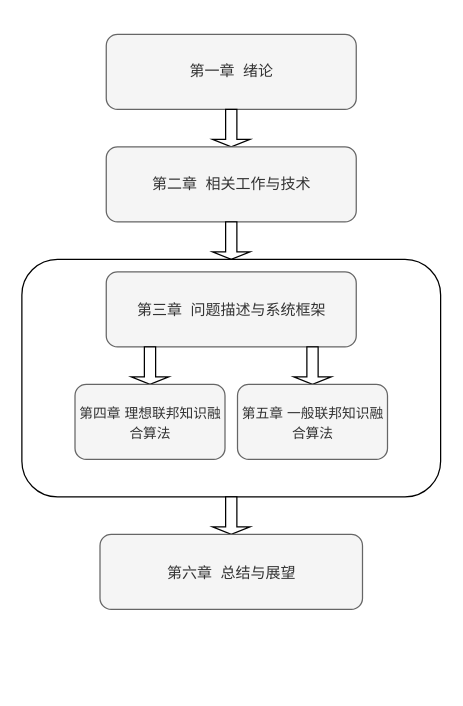
Earlier version of the draw.io diagram 未命名绘图.drawio (guritian/fl-noniid). Source tidied: cells renumbered, new cells numbered last; positions are measured from the earlier drawing's top-left corner, leaving out a move shared by most shapes. Both pictures are drawn from the tidied source at 125%, with x=0, y=0 at pixel (21, 34).
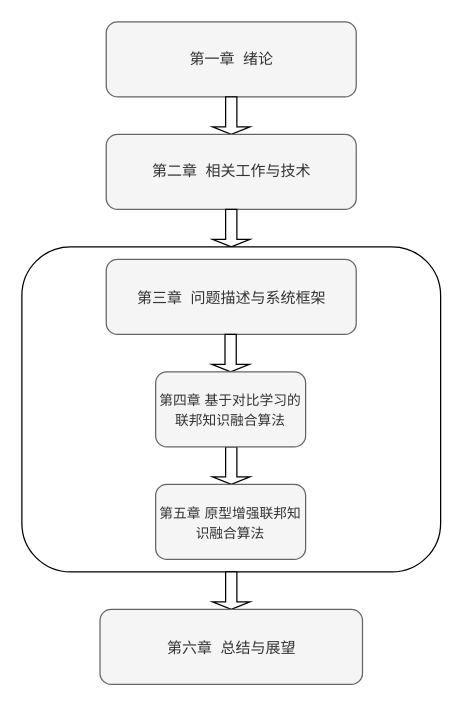
The same diagram, later.

Commit message:
更新未命名绘图.drawio

What changed in the source:
```diff
@@
 <mxGraphModel>
   <root>
     <mxCell id="0" />
     <mxCell id="1" parent="0" />
     <mxCell id="2" value="第一章&amp;nbsp; 绪论" style="rounded=1;whiteSpace=wrap;html=1;fillColor=#f5f5f5;fontColor=#333333;strokeColor=#666666;" parent="1" vertex="1">
-      <mxGeometry x="67.5" width="200" height="60" as="geometry" />
+      <mxGeometry x="67.5" y="-10" width="200" height="60" as="geometry" />
     </mxCell>
     <mxCell id="3" style="shape=singleArrow;direction=south;whiteSpace=wrap;html=1;" parent="1" vertex="1">
-      <mxGeometry x="152.5" y="60" width="30" height="30" as="geometry" />
+      <mxGeometry x="152.5" y="50" width="30" height="30" as="geometry" />
     </mxCell>
     <mxCell id="4" value="第二章&amp;nbsp; 相关工作与技术" style="rounded=1;whiteSpace=wrap;html=1;fillColor=#f5f5f5;fontColor=#333333;strokeColor=#666666;" parent="1" vertex="1">
-      <mxGeometry x="67.5" y="90" width="200" height="60" as="geometry" />
+      <mxGeometry x="67.5" y="80" width="200" height="60" as="geometry" />
     </mxCell>
     <mxCell id="5" style="shape=singleArrow;direction=south;whiteSpace=wrap;html=1;" parent="1" vertex="1">
-      <mxGeometry x="152.5" y="150" width="30" height="30" as="geometry" />
+      <mxGeometry x="152.5" y="140" width="30" height="30" as="geometry" />
     </mxCell>
     <mxCell id="6" style="rounded=1;whiteSpace=wrap;html=1;verticalAlign=top;horizontal=1;fontSize=13;" parent="1" vertex="1">
-      <mxGeometry y="180" width="335" height="190" as="geometry" />
+      <mxGeometry y="170" width="335" height="260" as="geometry" />
     </mxCell>
     <mxCell id="7" value="&lt;font style=&quot;font-size: 12px;&quot;&gt;第三章&amp;nbsp; 问题描述与系统框架&lt;/font&gt;" style="rounded=1;whiteSpace=wrap;html=1;fontSize=13;fillColor=#f5f5f5;fontColor=#333333;strokeColor=#666666;" parent="1" vertex="1">
-      <mxGeometry x="67.5" y="190" width="200" height="60" as="geometry" />
+      <mxGeometry x="67.5" y="180" width="200" height="60" as="geometry" />
     </mxCell>
     <mxCell id="8" style="shape=singleArrow;direction=south;whiteSpace=wrap;html=1;" parent="1" vertex="1">
-      <mxGeometry x="87.5" y="250" width="30" height="30" as="geometry" />
+      <mxGeometry x="152" y="240" width="30" height="30" as="geometry" />
     </mxCell>
     <mxCell id="9" style="shape=singleArrow;direction=south;whiteSpace=wrap;html=1;" parent="1" vertex="1">
-      <mxGeometry x="217.5" y="250" width="30" height="30" as="geometry" />
+      <mxGeometry x="152.5" y="330" width="30" height="30" as="geometry" />
     </mxCell>
-    <mxCell id="10" value="&lt;font style=&quot;font-size: 11px;&quot;&gt;第四章 理想联邦知识融合算法&lt;/font&gt;" style="rounded=1;whiteSpace=wrap;html=1;fontSize=13;fillColor=#f5f5f5;fontColor=#333333;strokeColor=#666666;" parent="1" vertex="1">
-      <mxGeometry x="42.5" y="280" width="120" height="60" as="geometry" />
+    <mxCell id="10" value="&lt;font style=&quot;font-size: 11px;&quot;&gt;第四章 基于对比学习的联邦知识融合算法&lt;/font&gt;" style="rounded=1;whiteSpace=wrap;html=1;fontSize=13;fillColor=#f5f5f5;fontColor=#333333;strokeColor=#666666;" parent="1" vertex="1">
+      <mxGeometry x="107" y="270" width="120" height="60" as="geometry" />
     </mxCell>
-    <mxCell id="11" value="&lt;font style=&quot;font-size: 11px;&quot;&gt;第五章 一般联邦知识融合算法&lt;/font&gt;" style="rounded=1;whiteSpace=wrap;html=1;fontSize=13;fillColor=#f5f5f5;fontColor=#333333;strokeColor=#666666;" parent="1" vertex="1">
-      <mxGeometry x="172.5" y="280" width="120" height="60" as="geometry" />
+    <mxCell id="11" value="&lt;font style=&quot;font-size: 11px;&quot;&gt;第五章 原型增强联邦知识融合算法&lt;/font&gt;" style="rounded=1;whiteSpace=wrap;html=1;fontSize=13;fillColor=#f5f5f5;fontColor=#333333;strokeColor=#666666;" parent="1" vertex="1">
+      <mxGeometry x="107" y="360" width="120" height="60" as="geometry" />
     </mxCell>
     <mxCell id="12" style="shape=singleArrow;direction=south;whiteSpace=wrap;html=1;" parent="1" vertex="1">
-      <mxGeometry x="152.5" y="370" width="30" height="30" as="geometry" />
+      <mxGeometry x="152.5" y="430" width="30" height="30" as="geometry" />
     </mxCell>
     <mxCell id="13" value="&lt;font style=&quot;font-size: 12px;&quot;&gt;第六章&amp;nbsp; 总结与展望&lt;/font&gt;" style="rounded=1;whiteSpace=wrap;html=1;fontSize=13;fillColor=#f5f5f5;fontColor=#333333;strokeColor=#666666;" parent="1" vertex="1">
-      <mxGeometry x="62.5" y="400" width="210" height="60" as="geometry" />
+      <mxGeometry x="62.5" y="460" width="210" height="60" as="geometry" />
     </mxCell>
   </root>
 </mxGraphModel>
```
